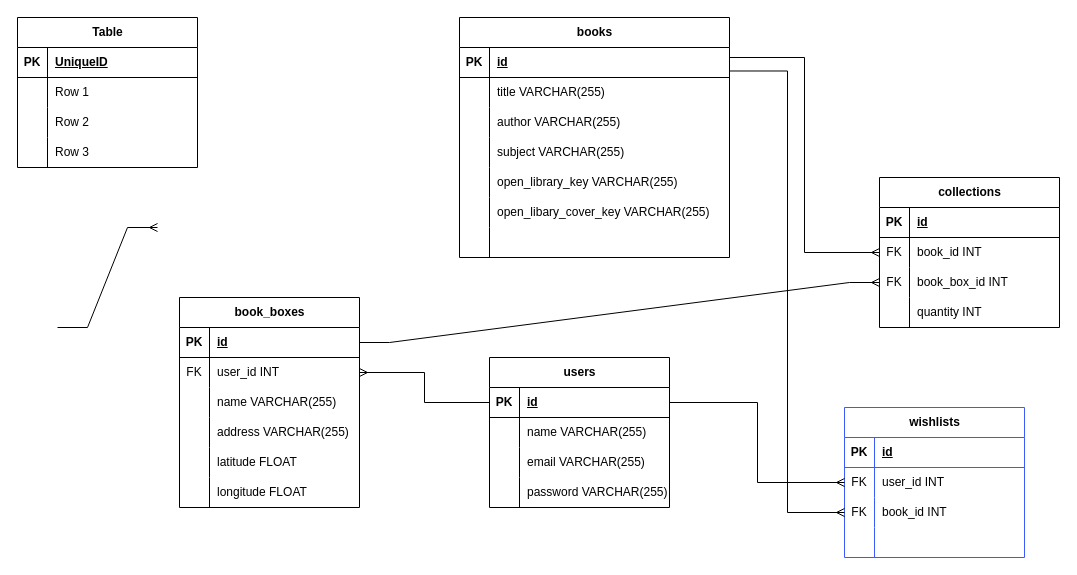
This is planning/victoria-book-box-erd.drawio from Vani11aG310/victoria-book-box, a draw.io file, before an edit. Source tidied: cells renumbered, new cells numbered last; positions are measured from the earlier drawing's top-left corner, leaving out a move shared by most shapes. Both pictures are drawn from the tidied source at 100%, with x=0, y=0 at pixel (17, 17).
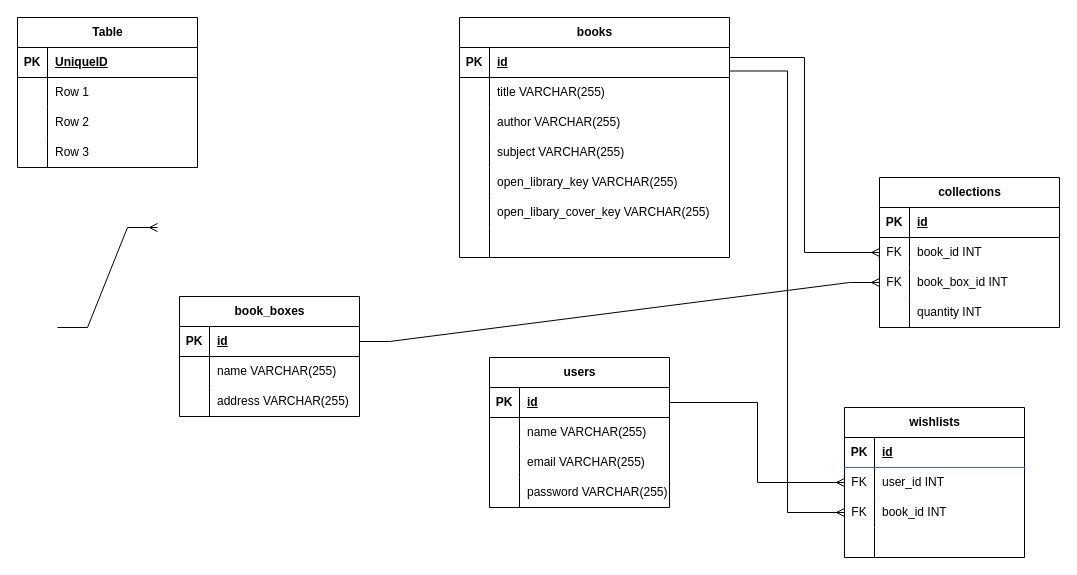
The same page after the edit.

The change refers to these unchanged cells:
```xml
<mxCell id="17" style="shape=tableRow;horizontal=0;startSize=0;swimlaneHead=0;swimlaneBody=0;fillColor=none;points=[[0,0.5],[1,0.5]];portConstraint=eastwest;top=0;left=0;right=0;bottom=1;" parent="16" vertex="1">
  <mxGeometry y="30" width="180" height="30" as="geometry" />
</mxCell>
```

The edit, as a diff of the source:
```diff
@@
     <mxCell id="29" value="book_boxes" style="shape=table;startSize=30;childLayout=tableLayout;rowLines=0;fontStyle=1;align=center;html=1;" parent="1" vertex="1">
-      <mxGeometry x="162" y="280" width="180" height="210" as="geometry" />
+      <mxGeometry x="162" y="279" width="180" height="120" as="geometry" />
     </mxCell>
@@
-    <mxCell id="33" style="shape=tableRow;horizontal=0;startSize=0;swimlaneHead=0;swimlaneBody=0;fillColor=none;points=[[0,0.5],[1,0.5]];portConstraint=eastwest;top=0;left=0;right=0;bottom=0;" parent="29" vertex="1">
-      <mxGeometry y="60" width="180" height="30" as="geometry" />
-    </mxCell>
-    <mxCell id="34" value="FK" style="shape=partialRectangle;fillColor=none;top=0;left=0;bottom=0;right=0;overflow=hidden;whiteSpace=wrap;html=1;" parent="33" vertex="1">
-      <mxGeometry width="30" height="30" as="geometry" />
-    </mxCell>
-    <mxCell id="35" value="user_id INT" style="shape=partialRectangle;fillColor=none;top=0;left=0;bottom=0;right=0;align=left;spacingLeft=6;overflow=hidden;whiteSpace=wrap;html=1;" parent="33" vertex="1">
-      <mxGeometry x="30" width="150" height="30" as="geometry" />
-    </mxCell>
     <mxCell id="36" style="shape=tableRow;horizontal=0;startSize=0;swimlaneHead=0;swimlaneBody=0;fillColor=none;top=0;left=0;right=0;bottom=0;" parent="29" vertex="1">
-      <mxGeometry y="90" width="180" height="30" as="geometry" />
+      <mxGeometry y="60" width="180" height="30" as="geometry" />
     </mxCell>
@@
     <mxCell id="39" style="shape=tableRow;horizontal=0;startSize=0;swimlaneHead=0;swimlaneBody=0;fillColor=none;top=0;left=0;right=0;bottom=0;" parent="29" vertex="1">
-      <mxGeometry y="120" width="180" height="30" as="geometry" />
+      <mxGeometry y="90" width="180" height="30" as="geometry" />
     </mxCell>
@@
-    <mxCell id="42" style="shape=tableRow;horizontal=0;startSize=0;swimlaneHead=0;swimlaneBody=0;fillColor=none;top=0;left=0;right=0;bottom=0;" parent="29" vertex="1">
-      <mxGeometry y="150" width="180" height="30" as="geometry" />
-    </mxCell>
-    <mxCell id="43" style="shape=partialRectangle;fillColor=none;top=0;left=0;bottom=0;right=0;overflow=hidden;whiteSpace=wrap;html=1;" parent="42" vertex="1">
-      <mxGeometry width="30" height="30" as="geometry" />
-    </mxCell>
-    <mxCell id="44" value="latitude FLOAT" style="shape=partialRectangle;fillColor=none;top=0;left=0;bottom=0;right=0;align=left;spacingLeft=6;overflow=hidden;whiteSpace=wrap;html=1;" parent="42" vertex="1">
-      <mxGeometry x="30" width="150" height="30" as="geometry" />
-    </mxCell>
-    <mxCell id="45" style="shape=tableRow;horizontal=0;startSize=0;swimlaneHead=0;swimlaneBody=0;fillColor=none;top=0;left=0;right=0;bottom=0;" parent="29" vertex="1">
-      <mxGeometry y="180" width="180" height="30" as="geometry" />
-    </mxCell>
-    <mxCell id="46" style="shape=partialRectangle;fillColor=none;top=0;left=0;bottom=0;right=0;overflow=hidden;whiteSpace=wrap;html=1;" parent="45" vertex="1">
-      <mxGeometry width="30" height="30" as="geometry" />
-    </mxCell>
-    <mxCell id="47" value="longitude FLOAT" style="shape=partialRectangle;fillColor=none;top=0;left=0;bottom=0;right=0;align=left;spacingLeft=6;overflow=hidden;whiteSpace=wrap;html=1;" parent="45" vertex="1">
-      <mxGeometry x="30" width="150" height="30" as="geometry" />
-    </mxCell>
@@
-    <mxCell id="71" style="edgeStyle=elbowEdgeStyle;fontSize=12;html=1;endArrow=ERmany;rounded=0;exitX=0;exitY=0.5;exitDx=0;exitDy=0;entryX=1;entryY=0.5;entryDx=0;entryDy=0;" parent="1" edge="1" source="17" target="33">
-      <mxGeometry relative="1" as="geometry" />
-    </mxCell>
@@
-    <mxCell id="86" value="wishlists" style="shape=table;startSize=30;childLayout=tableLayout;rowLines=0;fontStyle=1;align=center;html=1;strokeColor=#3B5BFF;" parent="1" vertex="1">
+    <mxCell id="86" value="wishlists" style="shape=table;startSize=30;childLayout=tableLayout;rowLines=0;fontStyle=1;align=center;html=1;strokeColor=default;" parent="1" vertex="1">
       <mxGeometry x="827" y="390" width="180" height="150" as="geometry" />
     </mxCell>
```
